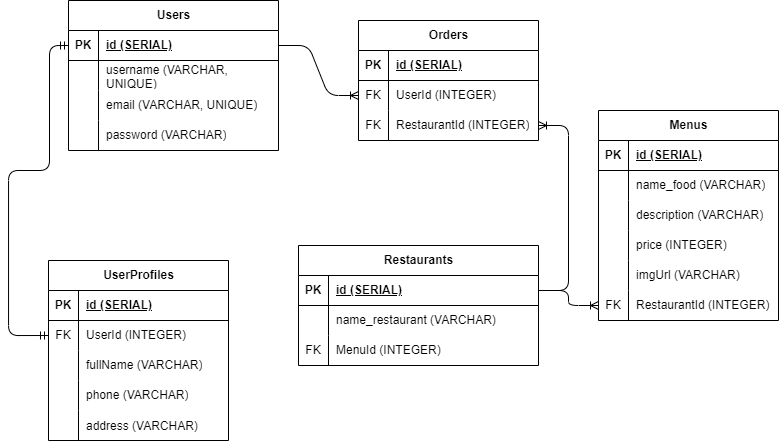
Earlier version of the draw.io export schema.drawio.png (MuhammadFawzy94/Hactiv-Food). Source tidied: cells renumbered, new cells last; positions are measured from the earlier drawing's top-left corner, leaving out a move shared by most shapes.
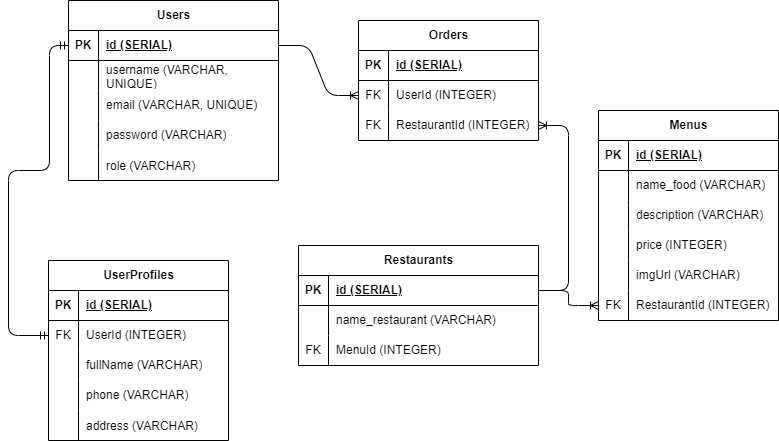
The same file after the commit.

Diff of the diagram source:
```diff
@@ -3,7 +3,7 @@
     <mxCell id="0" />
     <mxCell id="1" parent="0" />
     <mxCell id="2" value="Users" style="shape=table;startSize=30;rowLines=0;fontStyle=1;align=center;html=1;" parent="1" vertex="1">
-      <mxGeometry x="60" width="210" height="150" as="geometry" />
+      <mxGeometry x="60" width="210" height="180" as="geometry" />
     </mxCell>
     <mxCell id="3" style="shape=tableRow;horizontal=0;startSize=0;swimlaneHead=0;swimlaneBody=0;fillColor=none;points=[[0,0.5],[1,0.5]];portConstraint=eastwest;top=0;left=0;right=0;bottom=1;" parent="2" vertex="1">
       <mxGeometry y="30" width="210" height="30" as="geometry" />
@@ -41,6 +41,15 @@
     <mxCell id="14" value="password&amp;nbsp;&lt;span style=&quot;color: rgb(0, 0, 0);&quot;&gt;(VARCHAR)&lt;/span&gt;" style="shape=partialRectangle;fillColor=none;top=0;left=0;bottom=0;right=0;align=left;spacingLeft=6;overflow=hidden;whiteSpace=wrap;html=1;" parent="12" vertex="1">
       <mxGeometry x="30" width="180" height="30" as="geometry" />
     </mxCell>
+    <mxCell id="75" style="shape=tableRow;horizontal=0;startSize=0;swimlaneHead=0;swimlaneBody=0;fillColor=none;top=0;left=0;right=0;bottom=0;" parent="2" vertex="1">
+      <mxGeometry y="150" width="210" height="30" as="geometry" />
+    </mxCell>
+    <mxCell id="76" style="shape=partialRectangle;fillColor=none;top=0;left=0;bottom=0;right=0;overflow=hidden;" parent="75" vertex="1">
+      <mxGeometry width="30" height="30" as="geometry" />
+    </mxCell>
+    <mxCell id="77" value="role (VARCHAR)" style="shape=partialRectangle;fillColor=none;top=0;left=0;bottom=0;right=0;align=left;spacingLeft=6;overflow=hidden;" parent="75" vertex="1">
+      <mxGeometry x="30" width="180" height="30" as="geometry" />
+    </mxCell>
     <mxCell id="15" style="edgeStyle=none;html=1;" parent="1" edge="1" source="59" target="56">
       <mxGeometry relative="1" as="geometry" />
     </mxCell>
```
